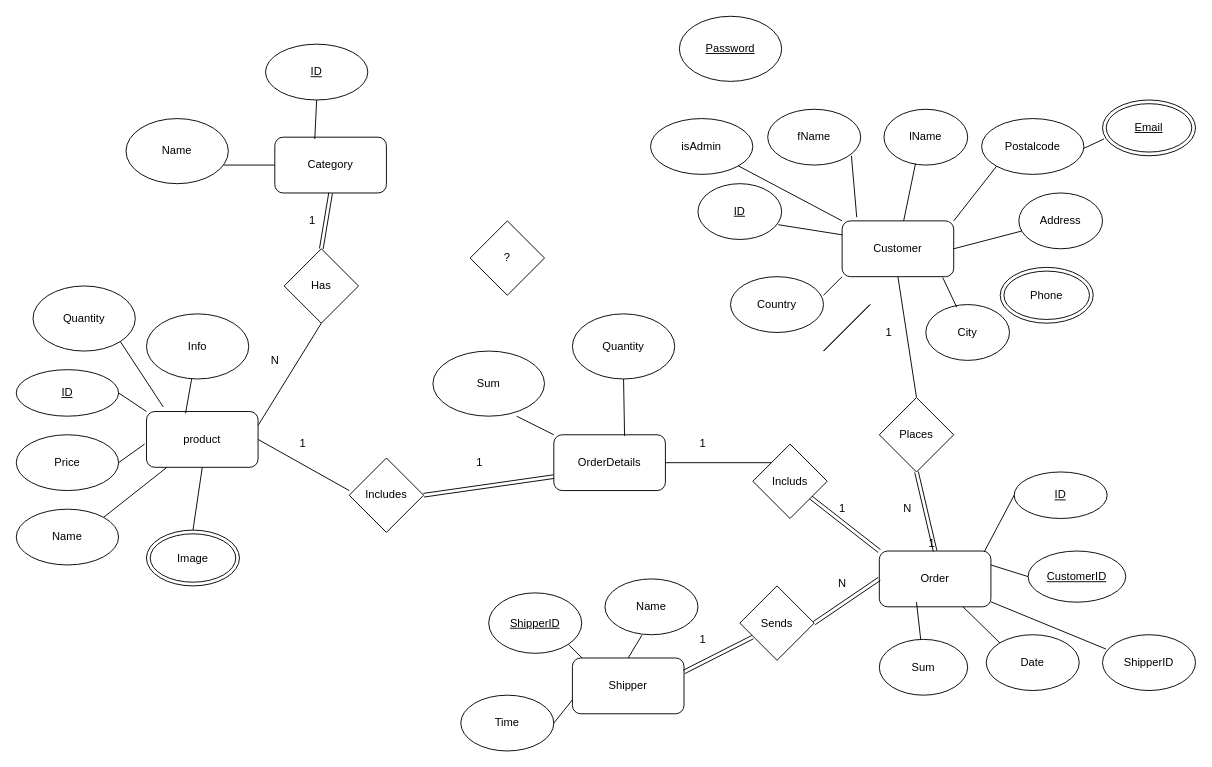
TingCythia/Webshop keeps this draw.io diagram as Untitled Diagram.drawio. Above is the earlier version. Source tidied: cells renumbered, new cells numbered last; positions are measured from the earlier drawing's top-left corner, leaving out a move shared by most shapes. Both pictures are drawn from the tidied source at 93%, with x=0, y=0 at pixel (16, 16).
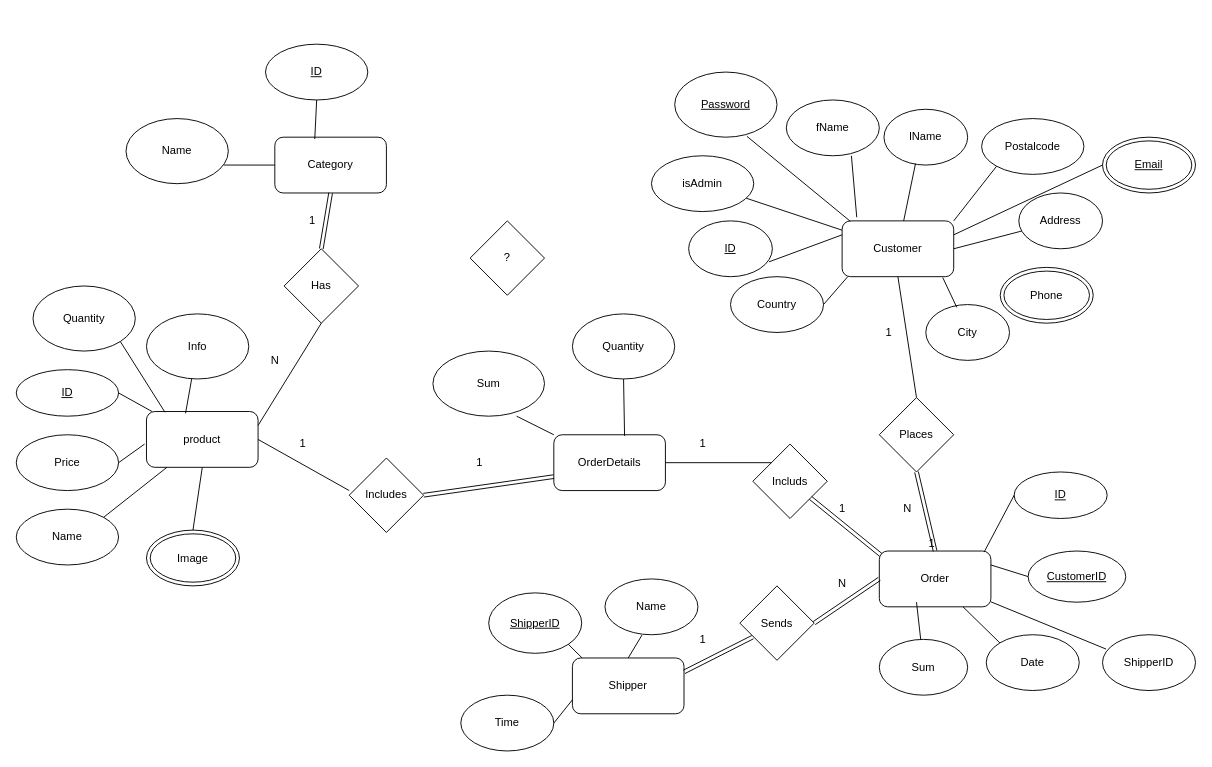
Above is the later version.

Unchanged cells that the change refers to:
```xml
<mxCell id="2" value="product" style="rounded=1;whiteSpace=wrap;html=1;" parent="1" vertex="1">
  <mxGeometry x="140" y="425" width="120" height="60" as="geometry" />
</mxCell>
<mxCell id="4" value="Order" style="rounded=1;whiteSpace=wrap;html=1;" parent="1" vertex="1">
  <mxGeometry x="928" y="575" width="120" height="60" as="geometry" />
</mxCell>
<mxCell id="5" value="Customer" style="rounded=1;whiteSpace=wrap;html=1;" parent="1" vertex="1">
  <mxGeometry x="888" y="220" width="120" height="60" as="geometry" />
</mxCell>
<mxCell id="14" value="Country" style="ellipse;whiteSpace=wrap;html=1;" parent="1" vertex="1">
  <mxGeometry x="768" y="280" width="100" height="60" as="geometry" />
</mxCell>
<mxCell id="33" value="Quantity" style="ellipse;whiteSpace=wrap;html=1;" parent="1" vertex="1">
  <mxGeometry x="18" y="290" width="110" height="70" as="geometry" />
</mxCell>
<mxCell id="36" value="&lt;u&gt;ID&lt;/u&gt;" style="ellipse;whiteSpace=wrap;html=1;" parent="1" vertex="1">
  <mxGeometry y="380" width="110" height="50" as="geometry" />
</mxCell>
<mxCell id="50" value="Includs" style="rhombus;whiteSpace=wrap;html=1;" parent="1" vertex="1">
  <mxGeometry x="792" y="460" width="80" height="80" as="geometry" />
</mxCell>
```

Diff of the diagram source:
```diff
@@
     <mxCell id="9" value="&lt;u&gt;Password&lt;/u&gt;" style="ellipse;whiteSpace=wrap;html=1;" parent="1" vertex="1">
-      <mxGeometry x="713" width="110" height="70" as="geometry" />
+      <mxGeometry x="708" y="60" width="110" height="70" as="geometry" />
     </mxCell>
     <mxCell id="10" value="isAdmin" style="ellipse;whiteSpace=wrap;html=1;" parent="1" vertex="1">
-      <mxGeometry x="682" y="110" width="110" height="60" as="geometry" />
+      <mxGeometry x="683" y="150" width="110" height="60" as="geometry" />
     </mxCell>
@@
     <mxCell id="15" value="&lt;u&gt;ID&lt;/u&gt;" style="ellipse;whiteSpace=wrap;html=1;" parent="1" vertex="1">
-      <mxGeometry x="733" y="180" width="90" height="60" as="geometry" />
+      <mxGeometry x="723" y="220" width="90" height="60" as="geometry" />
     </mxCell>
@@
     <mxCell id="17" value="fName" style="ellipse;whiteSpace=wrap;html=1;" parent="1" vertex="1">
-      <mxGeometry x="808" y="100" width="100" height="60" as="geometry" />
+      <mxGeometry x="828" y="90" width="100" height="60" as="geometry" />
     </mxCell>
@@
     <mxCell id="20" value="&lt;u&gt;Email&lt;/u&gt;" style="ellipse;shape=doubleEllipse;whiteSpace=wrap;html=1;" parent="1" vertex="1">
-      <mxGeometry x="1168" y="90" width="100" height="60" as="geometry" />
+      <mxGeometry x="1168" y="130" width="100" height="60" as="geometry" />
     </mxCell>
@@
-    <mxCell id="51" style="shape=link;html=1;rounded=0;entryX=0;entryY=0;entryDx=0;entryDy=0;" parent="1" edge="1" source="50" target="4">
+    <mxCell id="51" style="shape=link;html=1;rounded=0;entryX=0.013;entryY=0.07;entryDx=0;entryDy=0;entryPerimeter=0;" parent="1" edge="1" source="50" target="4">
       <mxGeometry relative="1" as="geometry" />
     </mxCell>
@@
-    <mxCell id="62" style="endArrow=none;html=1;rounded=0;exitX=1;exitY=1;exitDx=0;exitDy=0;" parent="1" edge="1" source="33">
-      <mxGeometry relative="1" as="geometry">
-        <mxPoint x="158" y="420" as="targetPoint" />
-      </mxGeometry>
+    <mxCell id="62" style="endArrow=none;html=1;rounded=0;exitX=1;exitY=1;exitDx=0;exitDy=0;entryX=0.166;entryY=0.014;entryDx=0;entryDy=0;entryPerimeter=0;" parent="1" edge="1" source="33" target="2">
+      <mxGeometry relative="1" as="geometry" />
     </mxCell>
-    <mxCell id="63" style="endArrow=none;html=1;rounded=0;exitX=1;exitY=0.5;exitDx=0;exitDy=0;entryX=0;entryY=0;entryDx=0;entryDy=0;" parent="1" edge="1" source="36" target="2">
+    <mxCell id="63" style="endArrow=none;html=1;rounded=0;exitX=1;exitY=0.5;exitDx=0;exitDy=0;" parent="1" edge="1" source="36" target="2">
       <mxGeometry relative="1" as="geometry" />
     </mxCell>
@@
-    <mxCell id="73" style="endArrow=none;html=1;rounded=0;entryX=0;entryY=1;entryDx=0;entryDy=0;" parent="1" edge="1" target="5">
+    <mxCell id="73" style="endArrow=none;html=1;rounded=0;exitX=1;exitY=0.5;exitDx=0;exitDy=0;" parent="1" edge="1" source="14">
       <mxGeometry relative="1" as="geometry">
-        <mxPoint x="868" y="300" as="sourcePoint" />
+        <mxPoint x="894" y="280" as="targetPoint" />
       </mxGeometry>
     </mxCell>
@@
-    <mxCell id="82" style="endArrow=none;html=1;rounded=0;" parent="1" edge="1">
-      <mxGeometry relative="1" as="geometry">
-        <mxPoint x="868" y="360" as="sourcePoint" />
-        <mxPoint x="918" y="310" as="targetPoint" />
-      </mxGeometry>
-    </mxCell>
-    <mxCell id="83" style="endArrow=none;html=1;rounded=0;" parent="1" edge="1">
-      <mxGeometry relative="1" as="geometry">
-        <mxPoint x="868" y="360" as="sourcePoint" />
-        <mxPoint x="918" y="310" as="targetPoint" />
-      </mxGeometry>
+    <mxCell id="83" style="endArrow=none;html=1;rounded=0;exitX=0.705;exitY=0.986;exitDx=0;exitDy=0;exitPerimeter=0;entryX=0.075;entryY=0.01;entryDx=0;entryDy=0;entryPerimeter=0;" parent="1" edge="1" source="9" target="5">
+      <mxGeometry relative="1" as="geometry" />
     </mxCell>
@@
-    <mxCell id="88" style="endArrow=none;html=1;rounded=0;entryX=0.016;entryY=0.665;entryDx=0;entryDy=0;entryPerimeter=0;exitX=1;exitY=0.5;exitDx=0;exitDy=0;" parent="1" edge="1">
-      <mxGeometry relative="1" as="geometry">
-        <mxPoint x="1148" y="142" as="sourcePoint" />
-        <mxPoint x="1169.6" y="131.9" as="targetPoint" />
-      </mxGeometry>
+    <mxCell id="88" style="endArrow=none;html=1;rounded=0;entryX=0;entryY=0.5;entryDx=0;entryDy=0;exitX=1;exitY=0.25;exitDx=0;exitDy=0;" parent="1" edge="1" source="5" target="20">
+      <mxGeometry relative="1" as="geometry" />
     </mxCell>
-    <mxCell id="89" style="endArrow=none;html=1;rounded=0;entryX=0;entryY=0;entryDx=0;entryDy=0;" parent="1" edge="1" source="10" target="5">
+    <mxCell id="89" style="endArrow=none;html=1;rounded=0;" parent="1" edge="1" source="10" target="5">
       <mxGeometry relative="1" as="geometry" />
     </mxCell>
```
